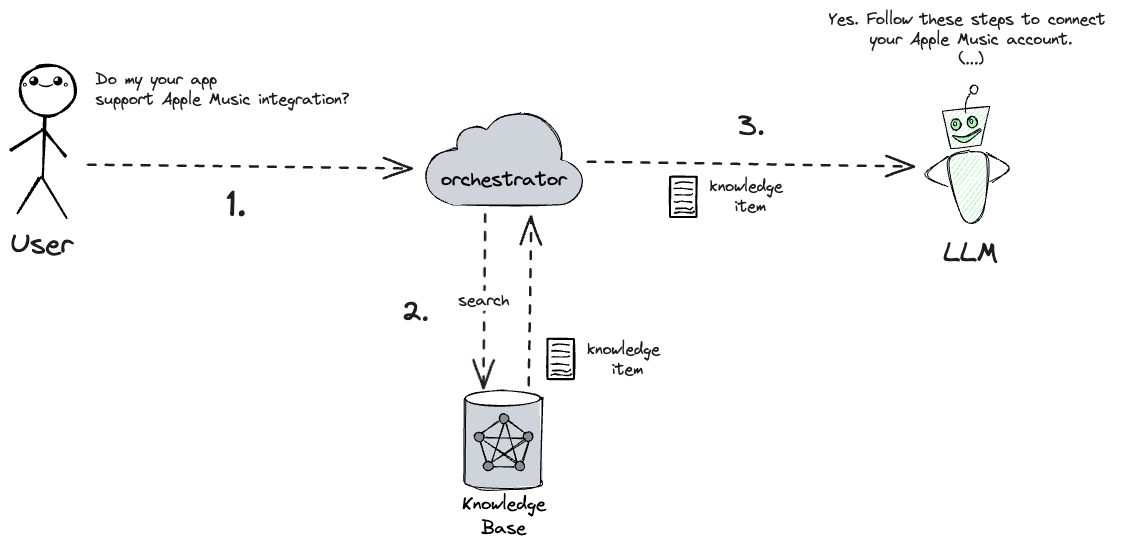
filipw/filipw.github.io keeps this Excalidraw diagram as zurich-azure-ug-2025/graphics/rag-basic.excalidraw.png. Above is the earlier version. Source tidied: one line per element, renumbered; positions are measured from the earlier drawing's top-left corner, leaving out a move shared by most shapes. The source it was exported from:
```json
{"id": 0, "type": "text", "text": "Knowledge\nBase", "strokeColor": "#000000", "strokeWidth": 1, "roughness": 1, "fontSize": 17.96, "fontFamily": 1, "textAlign": "center", "x": 452, "y": 482, "width": 84, "height": 48}
{"id": 1, "type": "line", "strokeColor": "#000000", "backgroundColor": "#ced4da", "fillStyle": "solid", "strokeWidth": 1, "roughness": 1, "round": true, "x": 455, "y": 390, "width": 76, "height": 98, "points": [[0, 0], [0, 74], [0, 83], [4, 86], [18, 89], [41, 90], [63, 89], [74, 85], [76, 82], [76, 75], [76, 6], [75, 0], [71, -4], [60, -6], [37, -8], [18, -7], [3, -3], [0, 0], [0, 0]]}
{"id": 2, "type": "ellipse", "strokeColor": "#000000", "backgroundColor": "#fff", "fillStyle": "solid", "strokeWidth": 1, "roughness": 1, "x": 455, "y": 381, "width": 76, "height": 15}
{"id": 3, "type": "ellipse", "strokeColor": "#000000", "backgroundColor": "#868e96", "fillStyle": "solid", "strokeWidth": 1, "roughness": 1, "x": 489, "y": 404, "width": 10, "height": 10}
{"id": 4, "type": "ellipse", "strokeColor": "#000000", "backgroundColor": "#868e96", "fillStyle": "solid", "strokeWidth": 1, "roughness": 1, "x": 464, "y": 422, "width": 10, "height": 10}
{"id": 5, "type": "ellipse", "strokeColor": "#000000", "backgroundColor": "#868e96", "fillStyle": "solid", "strokeWidth": 1, "roughness": 1, "x": 513, "y": 422, "width": 10, "height": 10}
{"id": 6, "type": "ellipse", "strokeColor": "#000000", "backgroundColor": "#868e96", "fillStyle": "solid", "strokeWidth": 1, "roughness": 1, "x": 505, "y": 451, "width": 10, "height": 10}
{"id": 7, "type": "ellipse", "strokeColor": "#000000", "backgroundColor": "#868e96", "fillStyle": "solid", "strokeWidth": 1, "roughness": 1, "x": 473, "y": 451, "width": 10, "height": 10}
{"id": 8, "type": "line", "strokeColor": "#000000", "backgroundColor": "#fa5252", "fillStyle": "hachure", "strokeWidth": 1, "roughness": 1, "round": true, "x": 498, "y": 410, "width": 17, "height": 12, "points": [[0, 0], [17, 12]]}
{"id": 9, "type": "line", "strokeColor": "#000000", "backgroundColor": "#fa5252", "fillStyle": "hachure", "strokeWidth": 1, "roughness": 1, "round": true, "x": 519, "y": 431, "width": 6, "height": 20, "points": [[0, 0], [-6, 20]]}
{"id": 10, "type": "line", "strokeColor": "#000000", "backgroundColor": "#fa5252", "fillStyle": "hachure", "strokeWidth": 1, "roughness": 1, "round": true, "x": 488, "y": 411, "width": 18, "height": 12, "points": [[0, 0], [-18, 12]]}
{"id": 11, "type": "line", "strokeColor": "#000000", "backgroundColor": "#fa5252", "fillStyle": "hachure", "strokeWidth": 1, "roughness": 1, "round": true, "x": 470, "y": 431, "width": 7, "height": 20, "points": [[0, 0], [7, 20]]}
{"id": 12, "type": "line", "strokeColor": "#000000", "backgroundColor": "#fa5252", "fillStyle": "hachure", "strokeWidth": 1, "roughness": 1, "round": true, "x": 483, "y": 457, "width": 21, "height": 0, "points": [[0, 0], [21, 0]]}
{"id": 13, "type": "line", "strokeColor": "#000000", "backgroundColor": "#fa5252", "fillStyle": "hachure", "strokeWidth": 1, "roughness": 1, "round": true, "x": 475, "y": 428, "width": 39, "height": 0, "points": [[0, 0], [39, 0]]}
{"id": 14, "type": "line", "strokeColor": "#000000", "backgroundColor": "#fa5252", "fillStyle": "hachure", "strokeWidth": 1, "roughness": 1, "round": true, "x": 494, "y": 414, "width": 12, "height": 38, "points": [[0, 0], [-12, 38]]}
{"id": 15, "type": "line", "strokeColor": "#000000", "backgroundColor": "#fa5252", "fillStyle": "hachure", "strokeWidth": 1, "roughness": 1, "round": true, "x": 496, "y": 414, "width": 12, "height": 39, "points": [[0, 0], [12, 39]]}
{"id": 16, "type": "line", "strokeColor": "#000000", "backgroundColor": "#fa5252", "fillStyle": "hachure", "strokeWidth": 1, "roughness": 1, "round": true, "x": 482, "y": 453, "width": 33, "height": 22, "points": [[0, 0], [33, -22]]}
{"id": 17, "type": "line", "strokeColor": "#000000", "backgroundColor": "#fa5252", "fillStyle": "hachure", "strokeWidth": 1, "roughness": 1, "round": true, "x": 473, "y": 431, "width": 33, "height": 22, "points": [[0, 0], [33, 22]]}
{"id": 18, "type": "rectangle", "strokeColor": "#000000", "backgroundColor": "#ced4da", "fillStyle": "solid", "strokeWidth": 1, "roughness": 1, "round": true, "x": 435, "y": 152, "width": 121, "height": 43}
{"id": 19, "type": "ellipse", "strokeColor": "#000000", "backgroundColor": "#ced4da", "fillStyle": "solid", "strokeWidth": 1, "roughness": 1, "x": 469, "y": 103, "width": 82, "height": 79}
{"id": 20, "type": "ellipse", "strokeColor": "#000000", "backgroundColor": "#ced4da", "fillStyle": "solid", "strokeWidth": 1, "roughness": 1, "x": 416, "y": 139, "width": 57, "height": 55}
{"id": 21, "type": "ellipse", "strokeColor": "#000000", "backgroundColor": "#ced4da", "fillStyle": "solid", "strokeWidth": 1, "roughness": 1, "x": 446, "y": 116, "width": 39, "height": 35}
{"id": 22, "type": "ellipse", "strokeColor": "#000000", "backgroundColor": "#ced4da", "fillStyle": "solid", "strokeWidth": 1, "roughness": 1, "x": 524, "y": 149, "width": 48, "height": 45}
{"id": 23, "type": "ellipse", "strokeColor": "#ced4da", "backgroundColor": "#ced4da", "fillStyle": "solid", "strokeWidth": 1, "roughness": 1, "x": 423, "y": 146, "width": 50, "height": 49}
{"id": 24, "type": "ellipse", "strokeColor": "#ced4da", "backgroundColor": "#ced4da", "fillStyle": "solid", "strokeWidth": 1, "roughness": 1, "x": 490, "y": 127, "width": 60, "height": 65}
{"id": 25, "type": "ellipse", "strokeColor": "#ced4da", "backgroundColor": "#ced4da", "fillStyle": "solid", "strokeWidth": 1, "roughness": 1, "x": 511, "y": 150, "width": 58, "height": 44}
{"id": 26, "type": "ellipse", "strokeColor": "#ced4da", "backgroundColor": "#ced4da", "fillStyle": "solid", "strokeWidth": 1, "roughness": 1, "x": 461, "y": 118, "width": 48, "height": 49}
{"id": 27, "type": "ellipse", "strokeColor": "#ced4da", "backgroundColor": "#ced4da", "fillStyle": "solid", "strokeWidth": 1, "roughness": 1, "x": 440, "y": 131, "width": 67, "height": 61}
{"id": 28, "type": "text", "text": "orchestrator", "strokeColor": "#000000", "backgroundColor": "#ced4da", "fillStyle": "solid", "strokeWidth": 1, "roughness": 1, "fontSize": 20, "fontFamily": 1, "textAlign": "center", "x": 431, "y": 156, "width": 126, "height": 27}
{"id": 29, "type": "line", "strokeColor": "#000000", "backgroundColor": "#b2f2bb", "fillStyle": "hachure", "strokeWidth": 1, "roughness": 1, "x": 932, "y": 101, "width": 47, "height": 42, "points": [[0, 0], [8, 37], [39, 34], [47, -5], [0, 0]]}
{"id": 30, "type": "line", "strokeColor": "#000000", "angle": 0.41, "backgroundColor": "#b2f2bb", "fillStyle": "hachure", "strokeWidth": 1, "roughness": 1, "round": true, "x": 959, "y": 103, "width": 4, "height": 19, "points": [[0, 0], [-4, -10], [-3, -19]]}
{"id": 31, "type": "ellipse", "strokeColor": "#000000", "angle": 6.58, "backgroundColor": "#b2f2bb", "fillStyle": "hachure", "strokeWidth": 1, "roughness": 1, "x": 960, "y": 75, "width": 7, "height": 9}
{"id": 32, "type": "line", "strokeColor": "#000000", "angle": 6.21, "backgroundColor": "#b2f2bb", "fillStyle": "hachure", "strokeWidth": 1, "roughness": 1, "round": true, "x": 963, "y": 141, "width": 39, "height": 69, "points": [[0, 0], [17, 9], [8, 62], [-11, 68], [-23, 10], [-1, -1]]}
{"id": 33, "type": "line", "strokeColor": "#000000", "angle": 0.13, "backgroundColor": "#b2f2bb", "fillStyle": "hachure", "strokeWidth": 1, "roughness": 1, "round": true, "x": 975, "y": 145, "width": 23, "height": 29, "points": [[0, 0], [23, 11], [7, 29]]}
{"id": 34, "type": "line", "strokeColor": "#000000", "angle": 6.08, "backgroundColor": "#b2f2bb", "fillStyle": "hachure", "strokeWidth": 1, "roughness": 1, "round": true, "x": 941, "y": 148, "width": 25, "height": 29, "points": [[0, 0], [-25, 15], [-7, 29]]}
{"id": 35, "type": "line", "strokeColor": "#000000", "backgroundColor": "#b2f2bb", "fillStyle": "solid", "strokeWidth": 1, "roughness": 1, "round": true, "x": 971, "y": 119, "width": 29, "height": 14, "points": [[0, 0], [-12, 6], [-19, 8], [-29, 7], [-16, 14], [0, 2]]}
{"id": 36, "type": "ellipse", "strokeColor": "#000000", "backgroundColor": "#b2f2bb", "fillStyle": "solid", "strokeWidth": 1, "roughness": 1, "x": 941, "y": 109, "width": 10, "height": 11}
{"id": 37, "type": "ellipse", "strokeColor": "#000000", "backgroundColor": "#b2f2bb", "fillStyle": "solid", "strokeWidth": 1, "roughness": 0, "x": 943, "y": 112, "width": 3, "height": 4}
{"id": 38, "type": "ellipse", "strokeColor": "#000000", "backgroundColor": "#b2f2bb", "fillStyle": "solid", "strokeWidth": 1, "roughness": 1, "x": 957, "y": 107, "width": 10, "height": 11}
{"id": 39, "type": "ellipse", "strokeColor": "#000000", "backgroundColor": "#b2f2bb", "fillStyle": "solid", "strokeWidth": 1, "roughness": 0, "x": 960, "y": 109, "width": 3, "height": 4}
{"id": 40, "type": "text", "text": "LLM", "strokeColor": "#1e1e1e", "backgroundColor": "#b2f2bb", "fillStyle": "solid", "strokeWidth": 2, "roughness": 1, "fontSize": 28, "fontFamily": 1, "x": 933, "y": 226, "width": 55, "height": 35}
{"id": 41, "type": "ellipse", "strokeColor": "#000000", "strokeWidth": 2, "roughness": 1, "x": 10, "y": 55, "width": 56, "height": 51}
{"id": 42, "type": "line", "strokeColor": "#000000", "backgroundColor": "#ced4da", "fillStyle": "solid", "strokeWidth": 2, "roughness": 1, "round": true, "x": 35, "y": 105, "width": 3, "height": 62, "points": [[0, 0], [-3, 62]]}
{"id": 43, "type": "line", "strokeColor": "#000000", "backgroundColor": "#ced4da", "fillStyle": "solid", "strokeWidth": 2, "roughness": 1, "round": true, "x": 32, "y": 169, "width": 25, "height": 38, "points": [[0, 0], [25, 38]]}
{"id": 44, "type": "line", "strokeColor": "#000000", "backgroundColor": "#ced4da", "fillStyle": "solid", "strokeWidth": 2, "roughness": 1, "round": true, "x": 29, "y": 167, "width": 21, "height": 35, "points": [[0, 0], [-21, 35]]}
{"id": 45, "type": "line", "strokeColor": "#000000", "backgroundColor": "#ced4da", "fillStyle": "solid", "strokeWidth": 2, "roughness": 1, "round": true, "x": 1, "y": 141, "width": 32, "height": 21, "points": [[0, 0], [32, -21]]}
{"id": 46, "type": "line", "strokeColor": "#000000", "backgroundColor": "#ced4da", "fillStyle": "solid", "strokeWidth": 2, "roughness": 1, "round": true, "x": 33, "y": 119, "width": 23, "height": 28, "points": [[0, 0], [23, 28]]}
{"id": 47, "type": "text", "text": "｡◕‿◕｡", "strokeColor": "#000000", "strokeWidth": 1, "roughness": 1, "fontSize": 15.28, "fontFamily": 1, "x": 11, "y": 61, "width": 49, "height": 22}
{"id": 48, "type": "text", "text": "User", "strokeColor": "#1e1e1e", "backgroundColor": "#b2f2bb", "fillStyle": "solid", "strokeWidth": 2, "roughness": 1, "fontSize": 28, "fontFamily": 1, "x": 0, "y": 217, "width": 63, "height": 35}
{"id": 49, "type": "arrow", "strokeColor": "#1e1e1e", "backgroundColor": "#b2f2bb", "fillStyle": "solid", "strokeWidth": 2, "strokeStyle": "dashed", "roughness": 1, "endArrowhead": "arrow", "round": true, "to": 20, "x": 77, "y": 155, "width": 325, "height": 3, "points": [[0, 0], [325, 3]]}
{"id": 50, "type": "text", "text": "Do my your app\nsupport Apple Music integration?", "strokeColor": "#1e1e1e", "backgroundColor": "#b2f2bb", "fillStyle": "solid", "strokeWidth": 2, "strokeStyle": "dashed", "roughness": 1, "fontSize": 16, "fontFamily": 1, "x": 85, "y": 60, "width": 254, "height": 40}
{"id": 51, "type": "arrow", "strokeColor": "#1e1e1e", "backgroundColor": "#b2f2bb", "fillStyle": "solid", "strokeWidth": 2, "strokeStyle": "dashed", "roughness": 1, "endArrowhead": "arrow", "round": true, "from": 27, "to": 2, "x": 474, "y": 204, "width": 1, "height": 173, "points": [[0, 0], [-1, 173]]}
{"id": 52, "type": "text", "text": "search", "strokeColor": "#1e1e1e", "backgroundColor": "#b2f2bb", "fillStyle": "solid", "strokeWidth": 2, "strokeStyle": "dashed", "roughness": 1, "fontSize": 16, "fontFamily": 1, "textAlign": "center", "verticalAlign": "middle", "inside": 51, "x": 473, "y": 277, "width": 51, "height": 20}
{"id": 53, "type": "arrow", "strokeColor": "#1e1e1e", "backgroundColor": "#b2f2bb", "fillStyle": "solid", "strokeWidth": 2, "strokeStyle": "dashed", "roughness": 1, "endArrowhead": "arrow", "round": true, "from": 2, "to": 24, "x": 518, "y": 375, "width": 3, "height": 169, "points": [[0, 0], [3, -169]]}
{"id": 54, "type": "rectangle", "strokeColor": "#000000", "backgroundColor": "#fff", "fillStyle": "solid", "strokeWidth": 2, "roughness": 1, "x": 537, "y": 329, "width": 27, "height": 40}
{"id": 55, "type": "line", "strokeColor": "#000000", "backgroundColor": "#fff", "fillStyle": "solid", "strokeWidth": 1, "roughness": 1, "round": true, "x": 542, "y": 347, "width": 17, "height": 1, "points": [[0, 0], [15, 0], [17, -1]]}
{"id": 56, "type": "line", "strokeColor": "#000000", "backgroundColor": "#fff", "fillStyle": "solid", "strokeWidth": 1, "roughness": 1, "round": true, "x": 542, "y": 335, "width": 17, "height": 1, "points": [[0, 0], [6, -1], [17, 0]]}
{"id": 57, "type": "line", "strokeColor": "#000000", "backgroundColor": "#fff", "fillStyle": "solid", "strokeWidth": 1, "roughness": 1, "round": true, "x": 542, "y": 361, "width": 18, "height": 2, "points": [[0, 0], [10, 0], [14, 1], [18, -1]]}
{"id": 58, "type": "line", "strokeColor": "#000000", "backgroundColor": "#fff", "fillStyle": "solid", "strokeWidth": 1, "roughness": 1, "round": true, "x": 541, "y": 365, "width": 20, "height": 1, "points": [[0, 0], [4, 0], [6, 0], [17, 0], [20, -1]]}
{"id": 59, "type": "line", "strokeColor": "#000000", "backgroundColor": "#fff", "fillStyle": "solid", "strokeWidth": 1, "roughness": 1, "round": true, "x": 541, "y": 341, "width": 18, "height": 1, "points": [[0, 0], [7, 0], [18, 1]]}
{"id": 60, "type": "line", "strokeColor": "#000000", "backgroundColor": "#fff", "fillStyle": "solid", "strokeWidth": 1, "roughness": 1, "round": true, "x": 541, "y": 354, "width": 18, "height": 1, "points": [[0, 0], [3, 1], [7, 0], [18, 1]]}
{"id": 61, "type": "text", "text": "knowledge \nitem", "strokeColor": "#1e1e1e", "backgroundColor": "#b2f2bb", "fillStyle": "solid", "strokeWidth": 2, "strokeStyle": "dashed", "roughness": 1, "fontSize": 16, "fontFamily": 1, "textAlign": "center", "x": 577, "y": 330, "width": 81, "height": 40}
{"id": 62, "type": "arrow", "strokeColor": "#1e1e1e", "backgroundColor": "#b2f2bb", "fillStyle": "solid", "strokeWidth": 2, "strokeStyle": "dashed", "roughness": 1, "endArrowhead": "arrow", "round": true, "from": 25, "x": 577, "y": 152, "width": 327, "height": 4, "points": [[0, 0], [327, 4]]}
{"id": 63, "type": "rectangle", "strokeColor": "#000000", "backgroundColor": "#fff", "fillStyle": "solid", "strokeWidth": 2, "roughness": 1, "x": 660, "y": 167, "width": 27, "height": 40}
{"id": 64, "type": "line", "strokeColor": "#000000", "backgroundColor": "#fff", "fillStyle": "solid", "strokeWidth": 1, "roughness": 1, "round": true, "x": 664, "y": 185, "width": 17, "height": 1, "points": [[0, 0], [15, 0], [17, -1]]}
{"id": 65, "type": "line", "strokeColor": "#000000", "backgroundColor": "#fff", "fillStyle": "solid", "strokeWidth": 1, "roughness": 1, "round": true, "x": 665, "y": 173, "width": 17, "height": 1, "points": [[0, 0], [6, -1], [17, 0]]}
{"id": 66, "type": "line", "strokeColor": "#000000", "backgroundColor": "#fff", "fillStyle": "solid", "strokeWidth": 1, "roughness": 1, "round": true, "x": 665, "y": 198, "width": 18, "height": 2, "points": [[0, 0], [10, 0], [14, 1], [18, -1]]}
{"id": 67, "type": "line", "strokeColor": "#000000", "backgroundColor": "#fff", "fillStyle": "solid", "strokeWidth": 1, "roughness": 1, "round": true, "x": 664, "y": 203, "width": 20, "height": 1, "points": [[0, 0], [4, 0], [6, 0], [17, 0], [20, -1]]}
{"id": 68, "type": "line", "strokeColor": "#000000", "backgroundColor": "#fff", "fillStyle": "solid", "strokeWidth": 1, "roughness": 1, "round": true, "x": 664, "y": 179, "width": 18, "height": 1, "points": [[0, 0], [7, 0], [18, 1]]}
{"id": 69, "type": "line", "strokeColor": "#000000", "backgroundColor": "#fff", "fillStyle": "solid", "strokeWidth": 1, "roughness": 1, "round": true, "x": 664, "y": 192, "width": 18, "height": 1, "points": [[0, 0], [3, 1], [7, 0], [18, 1]]}
{"id": 70, "type": "text", "text": "knowledge \nitem", "strokeColor": "#1e1e1e", "backgroundColor": "#b2f2bb", "fillStyle": "solid", "strokeWidth": 2, "strokeStyle": "dashed", "roughness": 1, "fontSize": 16, "fontFamily": 1, "textAlign": "center", "x": 700, "y": 167, "width": 81, "height": 40}
{"id": 71, "type": "text", "text": "Yes. Follow these steps to connect \nyour Apple Music account.\n(...)", "strokeColor": "#1e1e1e", "backgroundColor": "#b2f2bb", "fillStyle": "solid", "strokeWidth": 2, "strokeStyle": "dashed", "roughness": 1, "fontSize": 16, "fontFamily": 1, "textAlign": "center", "x": 818, "y": 0, "width": 285, "height": 60}
{"id": 72, "type": "text", "text": "1.", "strokeColor": "#1e1e1e", "strokeWidth": 2, "roughness": 1, "fontSize": 36, "fontFamily": 1, "x": 217, "y": 173, "width": 20, "height": 45}
{"id": 73, "type": "text", "text": "2.", "strokeColor": "#1e1e1e", "strokeWidth": 2, "roughness": 1, "fontSize": 28, "fontFamily": 1, "x": 391, "y": 285, "width": 28, "height": 35}
{"id": 74, "type": "text", "text": "3.", "strokeColor": "#1e1e1e", "strokeWidth": 2, "roughness": 1, "fontSize": 28, "fontFamily": 1, "x": 728, "y": 99, "width": 27, "height": 35}
```
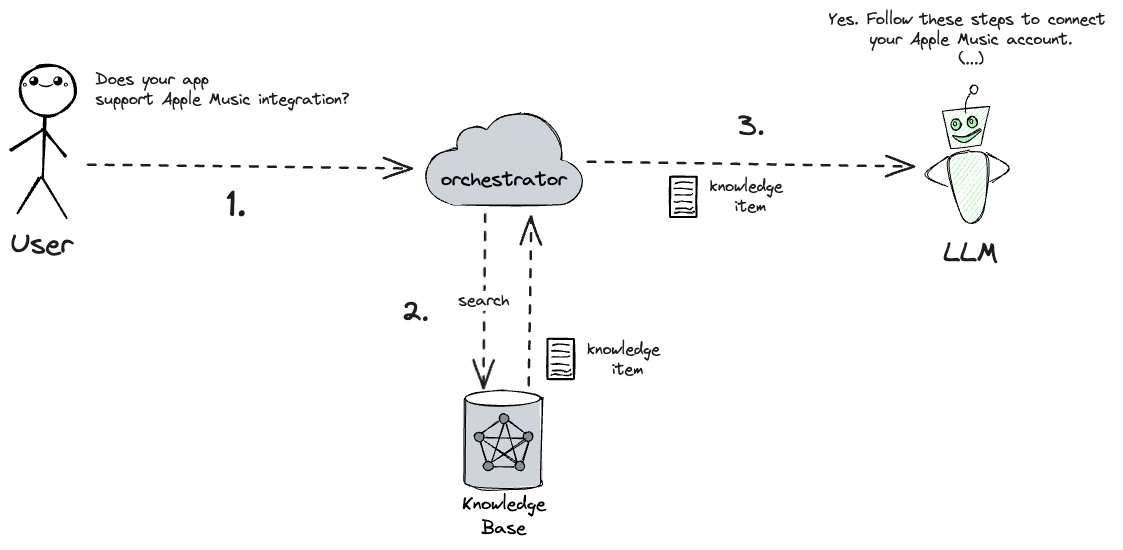
After the commit.

The edit, as a diff of the source:
```diff
@@ -48,7 +48,7 @@
 {"id": 47, "type": "text", "text": "｡◕‿◕｡", "strokeColor": "#000000", "strokeWidth": 1, "roughness": 1, "fontSize": 15.28, "fontFamily": 1, "x": 11, "y": 61, "width": 49, "height": 22}
 {"id": 48, "type": "text", "text": "User", "strokeColor": "#1e1e1e", "backgroundColor": "#b2f2bb", "fillStyle": "solid", "strokeWidth": 2, "roughness": 1, "fontSize": 28, "fontFamily": 1, "x": 0, "y": 217, "width": 63, "height": 35}
 {"id": 49, "type": "arrow", "strokeColor": "#1e1e1e", "backgroundColor": "#b2f2bb", "fillStyle": "solid", "strokeWidth": 2, "strokeStyle": "dashed", "roughness": 1, "endArrowhead": "arrow", "round": true, "to": 20, "x": 77, "y": 155, "width": 325, "height": 3, "points": [[0, 0], [325, 3]]}
-{"id": 50, "type": "text", "text": "Do my your app\nsupport Apple Music integration?", "strokeColor": "#1e1e1e", "backgroundColor": "#b2f2bb", "fillStyle": "solid", "strokeWidth": 2, "strokeStyle": "dashed", "roughness": 1, "fontSize": 16, "fontFamily": 1, "x": 85, "y": 60, "width": 254, "height": 40}
+{"id": 50, "type": "text", "text": "Does your app\nsupport Apple Music integration?", "strokeColor": "#1e1e1e", "backgroundColor": "#b2f2bb", "fillStyle": "solid", "strokeWidth": 2, "strokeStyle": "dashed", "roughness": 1, "fontSize": 16, "fontFamily": 1, "x": 85, "y": 60, "width": 254, "height": 40}
 {"id": 51, "type": "arrow", "strokeColor": "#1e1e1e", "backgroundColor": "#b2f2bb", "fillStyle": "solid", "strokeWidth": 2, "strokeStyle": "dashed", "roughness": 1, "endArrowhead": "arrow", "round": true, "from": 27, "to": 2, "x": 474, "y": 204, "width": 1, "height": 173, "points": [[0, 0], [-1, 173]]}
 {"id": 52, "type": "text", "text": "search", "strokeColor": "#1e1e1e", "backgroundColor": "#b2f2bb", "fillStyle": "solid", "strokeWidth": 2, "strokeStyle": "dashed", "roughness": 1, "fontSize": 16, "fontFamily": 1, "textAlign": "center", "verticalAlign": "middle", "inside": 51, "x": 473, "y": 277, "width": 51, "height": 20}
 {"id": 53, "type": "arrow", "strokeColor": "#1e1e1e", "backgroundColor": "#b2f2bb", "fillStyle": "solid", "strokeWidth": 2, "strokeStyle": "dashed", "roughness": 1, "endArrowhead": "arrow", "round": true, "from": 2, "to": 24, "x": 518, "y": 375, "width": 3, "height": 169, "points": [[0, 0], [3, -169]]}
```
